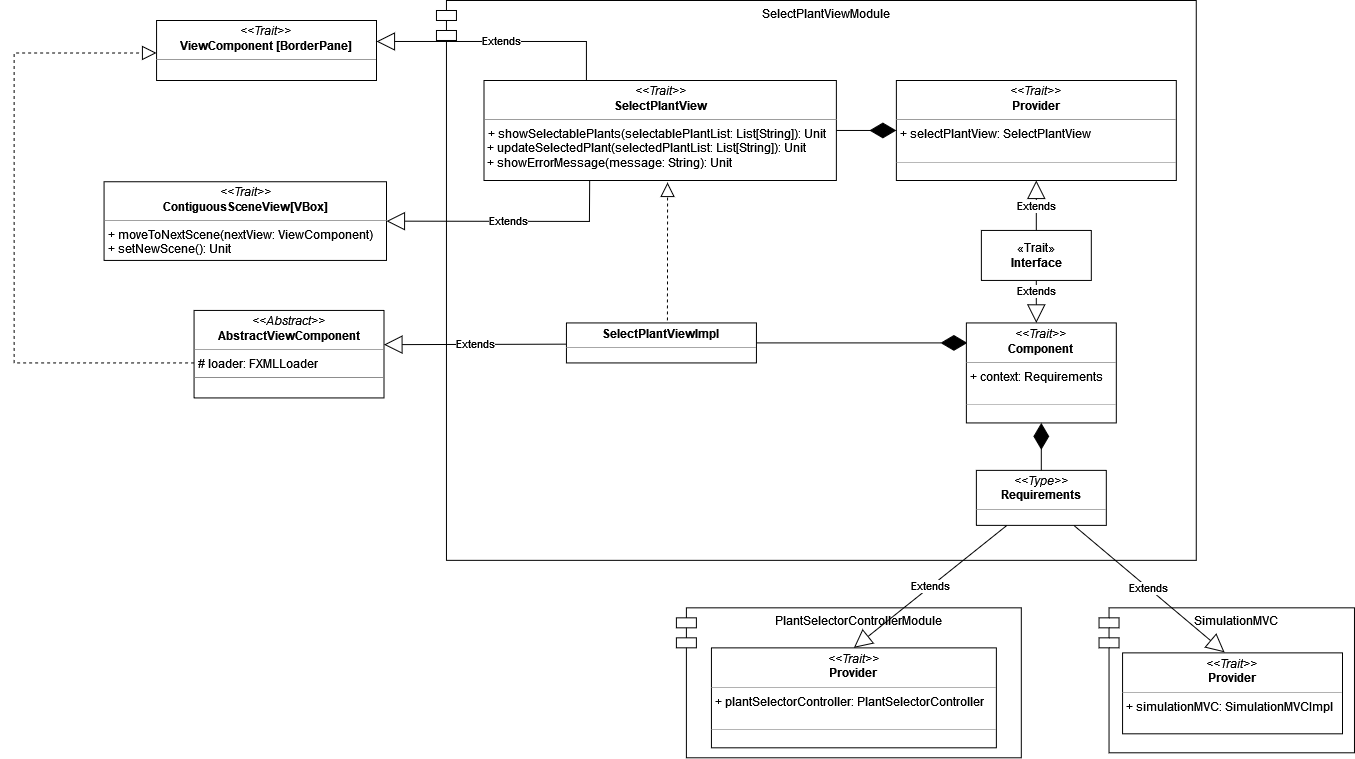
The draw.io diagram docs/img/select_plant_view.png in AnnaVitali/PPS-22-smartgh, before a commit. Source tidied: cells renumbered, new cells last; positions are measured from the earlier drawing's top-left corner, leaving out a move shared by most shapes.
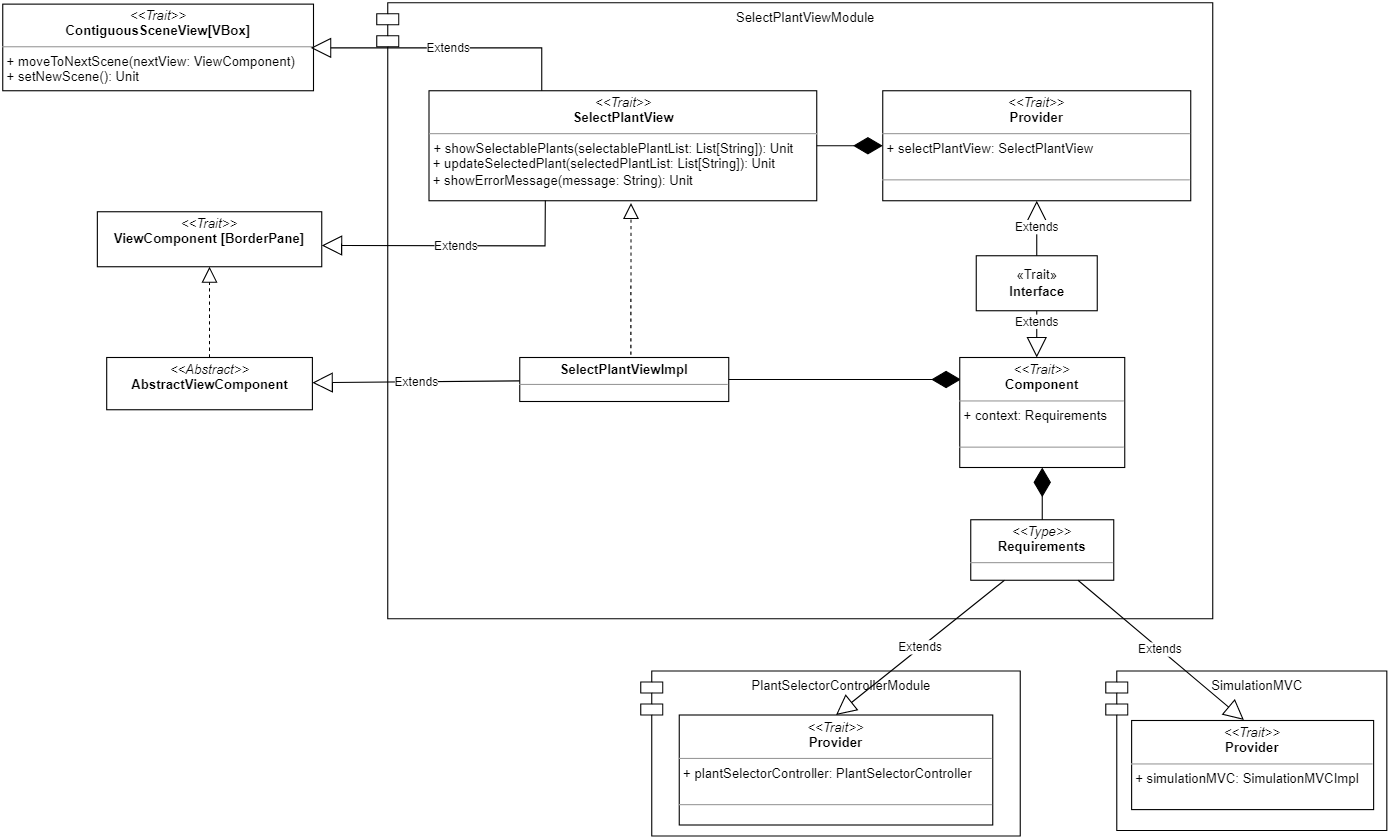
The same file after the commit.

Commit message:
docs: update view component and images

What changed in the source:
```diff
@@ -11,99 +11,91 @@
     <mxCell id="4" value="&lt;p style=&quot;margin:0px;margin-top:4px;text-align:center;&quot;&gt;&lt;i&gt;&amp;lt;&amp;lt;Trait&amp;gt;&amp;gt;&lt;/i&gt;&lt;br&gt;&lt;b&gt;SelectPlantView&lt;/b&gt;&lt;br&gt;&lt;/p&gt;&lt;hr size=&quot;1&quot;&gt;&lt;p style=&quot;margin:0px;margin-left:4px;&quot;&gt;+ showSelectablePlants(selectablePlantList: List[String]): Unit&lt;/p&gt;&lt;div&gt;&amp;nbsp;+ updateSelectedPlant(selectedPlantList: List[String]): Unit&lt;/div&gt;&lt;div&gt;&amp;nbsp;+ showErrorMessage(message: String): Unit&lt;br&gt;&lt;/div&gt;&lt;div&gt;&lt;br&gt;&lt;/div&gt;" style="verticalAlign=top;align=left;overflow=fill;fontSize=12;fontFamily=Helvetica;html=1;fillColor=default;" parent="1" vertex="1">
       <mxGeometry x="469.5" y="80" width="352.5" height="100" as="geometry" />
     </mxCell>
-    <mxCell id="5" value="&lt;p style=&quot;margin:0px;margin-top:4px;text-align:center;&quot;&gt;&lt;i&gt;&amp;lt;&amp;lt;Trait&amp;gt;&amp;gt;&lt;/i&gt;&lt;br&gt;&lt;b&gt;ViewComponent [BorderPane]&lt;/b&gt;&lt;br&gt;&lt;/p&gt;&lt;hr size=&quot;1&quot;&gt;" style="verticalAlign=top;align=left;overflow=fill;fontSize=12;fontFamily=Helvetica;html=1;fillColor=default;" parent="1" vertex="1">
-      <mxGeometry x="142" y="20" width="220" height="60" as="geometry" />
+    <mxCell id="5" value="&lt;p style=&quot;margin:0px;margin-top:4px;text-align:center;&quot;&gt;&lt;i&gt;&amp;lt;&amp;lt;Trait&amp;gt;&amp;gt;&lt;/i&gt;&lt;br&gt;&lt;b&gt;Provider&lt;/b&gt;&lt;br&gt;&lt;/p&gt;&lt;hr size=&quot;1&quot;&gt;&lt;p style=&quot;margin:0px;margin-left:4px;&quot;&gt;+ selectPlantView: SelectPlantView&lt;br&gt;&lt;br&gt;&lt;/p&gt;&lt;hr size=&quot;1&quot;&gt;" style="verticalAlign=top;align=left;overflow=fill;fontSize=12;fontFamily=Helvetica;html=1;fillColor=default;" parent="1" vertex="1">
+      <mxGeometry x="882" y="80" width="280" height="100" as="geometry" />
     </mxCell>
-    <mxCell id="6" value="&lt;p style=&quot;margin:0px;margin-top:4px;text-align:center;&quot;&gt;&lt;i&gt;&amp;lt;&amp;lt;Trait&amp;gt;&amp;gt;&lt;/i&gt;&lt;br&gt;&lt;b&gt;Provider&lt;/b&gt;&lt;br&gt;&lt;/p&gt;&lt;hr size=&quot;1&quot;&gt;&lt;p style=&quot;margin:0px;margin-left:4px;&quot;&gt;+ selectPlantView: SelectPlantView&lt;br&gt;&lt;br&gt;&lt;/p&gt;&lt;hr size=&quot;1&quot;&gt;" style="verticalAlign=top;align=left;overflow=fill;fontSize=12;fontFamily=Helvetica;html=1;fillColor=default;" parent="1" vertex="1">
-      <mxGeometry x="882" y="80" width="280" height="100" as="geometry" />
+    <mxCell id="6" value="«Trait»&lt;br&gt;&lt;b&gt;Interface&lt;/b&gt;" style="html=1;fillColor=default;" parent="1" vertex="1">
+      <mxGeometry x="967" y="230" width="110" height="50" as="geometry" />
     </mxCell>
-    <mxCell id="7" value="«Trait»&lt;br&gt;&lt;b&gt;Interface&lt;/b&gt;" style="html=1;fillColor=default;" parent="1" vertex="1">
-      <mxGeometry x="967" y="230" width="110" height="50" as="geometry" />
+    <mxCell id="7" value="Extends" style="endArrow=block;endSize=16;endFill=0;html=1;rounded=0;entryX=0.5;entryY=0;entryDx=0;entryDy=0;exitX=0.5;exitY=1;exitDx=0;exitDy=0;" parent="1" edge="1" source="6">
+      <mxGeometry x="-0.53" relative="1" as="geometry">
+        <mxPoint x="1022" y="322.5" as="targetPoint" />
+      </mxGeometry>
     </mxCell>
-    <mxCell id="8" value="Extends" style="endArrow=block;endSize=16;endFill=0;html=1;rounded=0;entryX=0.5;entryY=0;entryDx=0;entryDy=0;exitX=0.5;exitY=1;exitDx=0;exitDy=0;" parent="1" edge="1" source="7">
-      <mxGeometry x="-0.53" relative="1" as="geometry">
-        <mxPoint x="1022" y="322.5" as="targetPoint" />
-      </mxGeometry>
+    <mxCell id="8" value="&lt;div&gt;Extends&lt;/div&gt;" style="endArrow=block;endSize=16;endFill=0;html=1;rounded=0;entryX=0.5;entryY=1;entryDx=0;entryDy=0;exitX=0.5;exitY=0;exitDx=0;exitDy=0;" parent="1" edge="1" source="6" target="5">
+      <mxGeometry relative="1" as="geometry" />
     </mxCell>
-    <mxCell id="9" value="&lt;div&gt;Extends&lt;/div&gt;" style="endArrow=block;endSize=16;endFill=0;html=1;rounded=0;entryX=0.5;entryY=1;entryDx=0;entryDy=0;exitX=0.5;exitY=0;exitDx=0;exitDy=0;" parent="1" edge="1" source="7" target="6">
-      <mxGeometry relative="1" as="geometry" />
+    <mxCell id="9" value="&lt;p style=&quot;margin:0px;margin-top:4px;text-align:center;&quot;&gt;&lt;b&gt;SelectPlantViewImpl&lt;/b&gt;&lt;br&gt;&lt;/p&gt;&lt;hr size=&quot;1&quot;&gt;" style="verticalAlign=top;align=left;overflow=fill;fontSize=12;fontFamily=Helvetica;html=1;" parent="1" vertex="1">
+      <mxGeometry x="552" y="322.5" width="190" height="40" as="geometry" />
     </mxCell>
-    <mxCell id="10" value="&lt;p style=&quot;margin:0px;margin-top:4px;text-align:center;&quot;&gt;&lt;b&gt;SelectPlantViewImpl&lt;/b&gt;&lt;br&gt;&lt;/p&gt;&lt;hr size=&quot;1&quot;&gt;" style="verticalAlign=top;align=left;overflow=fill;fontSize=12;fontFamily=Helvetica;html=1;" parent="1" vertex="1">
-      <mxGeometry x="552" y="322.5" width="190" height="40" as="geometry" />
+    <mxCell id="10" style="endArrow=diamondThin;endFill=1;endSize=24;html=1;rounded=0;exitX=1;exitY=0.5;exitDx=0;exitDy=0;entryX=0;entryY=0.5;entryDx=0;entryDy=0;" parent="1" edge="1" source="4" target="5">
+      <mxGeometry relative="1" as="geometry" />
     </mxCell>
-    <mxCell id="11" style="endArrow=diamondThin;endFill=1;endSize=24;html=1;rounded=0;exitX=1;exitY=0.5;exitDx=0;exitDy=0;entryX=0;entryY=0.5;entryDx=0;entryDy=0;" parent="1" edge="1" source="4" target="6">
+    <mxCell id="11" style="endArrow=diamondThin;endFill=1;endSize=24;html=1;rounded=0;exitX=1;exitY=0.5;exitDx=0;exitDy=0;entryX=0.007;entryY=0.2;entryDx=0;entryDy=0;entryPerimeter=0;" parent="1" edge="1" source="9" target="13">
       <mxGeometry relative="1" as="geometry" />
     </mxCell>
-    <mxCell id="12" style="endArrow=diamondThin;endFill=1;endSize=24;html=1;rounded=0;exitX=1;exitY=0.5;exitDx=0;exitDy=0;entryX=0.007;entryY=0.2;entryDx=0;entryDy=0;entryPerimeter=0;" parent="1" edge="1" source="10" target="14">
-      <mxGeometry relative="1" as="geometry" />
+    <mxCell id="12" value="&lt;p style=&quot;margin:0px;margin-top:4px;text-align:center;&quot;&gt;&lt;i&gt;&amp;lt;&amp;lt;Type&amp;gt;&amp;gt;&lt;/i&gt;&lt;br&gt;&lt;b&gt;Requirements&lt;/b&gt;&lt;br&gt;&lt;/p&gt;&lt;hr size=&quot;1&quot;&gt;&lt;p style=&quot;margin:0px;margin-left:4px;&quot;&gt;&lt;br&gt;&lt;/p&gt;" style="verticalAlign=top;align=left;overflow=fill;fontSize=12;fontFamily=Helvetica;html=1;fillColor=default;" parent="1" vertex="1">
+      <mxGeometry x="962" y="470" width="130" height="55" as="geometry" />
     </mxCell>
-    <mxCell id="13" value="&lt;p style=&quot;margin:0px;margin-top:4px;text-align:center;&quot;&gt;&lt;i&gt;&amp;lt;&amp;lt;Type&amp;gt;&amp;gt;&lt;/i&gt;&lt;br&gt;&lt;b&gt;Requirements&lt;/b&gt;&lt;br&gt;&lt;/p&gt;&lt;hr size=&quot;1&quot;&gt;&lt;p style=&quot;margin:0px;margin-left:4px;&quot;&gt;&lt;br&gt;&lt;/p&gt;" style="verticalAlign=top;align=left;overflow=fill;fontSize=12;fontFamily=Helvetica;html=1;fillColor=default;" parent="1" vertex="1">
-      <mxGeometry x="962" y="470" width="130" height="55" as="geometry" />
+    <mxCell id="13" value="&lt;p style=&quot;margin:0px;margin-top:4px;text-align:center;&quot;&gt;&lt;i&gt;&amp;lt;&amp;lt;Trait&amp;gt;&amp;gt;&lt;/i&gt;&lt;br&gt;&lt;b&gt;Component&lt;/b&gt;&lt;br&gt;&lt;/p&gt;&lt;hr size=&quot;1&quot;&gt;&lt;p style=&quot;margin:0px;margin-left:4px;&quot;&gt;+ context: Requirements&lt;br&gt;&lt;br&gt;&lt;/p&gt;&lt;hr size=&quot;1&quot;&gt;" style="verticalAlign=top;align=left;overflow=fill;fontSize=12;fontFamily=Helvetica;html=1;fillColor=default;" parent="1" vertex="1">
+      <mxGeometry x="952" y="322.5" width="150" height="100" as="geometry" />
     </mxCell>
-    <mxCell id="14" value="&lt;p style=&quot;margin:0px;margin-top:4px;text-align:center;&quot;&gt;&lt;i&gt;&amp;lt;&amp;lt;Trait&amp;gt;&amp;gt;&lt;/i&gt;&lt;br&gt;&lt;b&gt;Component&lt;/b&gt;&lt;br&gt;&lt;/p&gt;&lt;hr size=&quot;1&quot;&gt;&lt;p style=&quot;margin:0px;margin-left:4px;&quot;&gt;+ context: Requirements&lt;br&gt;&lt;br&gt;&lt;/p&gt;&lt;hr size=&quot;1&quot;&gt;" style="verticalAlign=top;align=left;overflow=fill;fontSize=12;fontFamily=Helvetica;html=1;fillColor=default;" parent="1" vertex="1">
-      <mxGeometry x="952" y="322.5" width="150" height="100" as="geometry" />
+    <mxCell id="14" value="&lt;p style=&quot;margin:0px;margin-top:4px;text-align:center;&quot;&gt;&lt;i&gt;&amp;lt;&amp;lt;Trait&amp;gt;&amp;gt;&lt;/i&gt;&lt;br&gt;&lt;b&gt;Provider&lt;/b&gt;&lt;br&gt;&lt;/p&gt;&lt;hr size=&quot;1&quot;&gt;&lt;p style=&quot;margin:0px;margin-left:4px;&quot;&gt;+ plantSelectorController: PlantSelectorController&lt;br&gt;&lt;br&gt;&lt;/p&gt;&lt;hr size=&quot;1&quot;&gt;" style="verticalAlign=top;align=left;overflow=fill;fontSize=12;fontFamily=Helvetica;html=1;fillColor=default;" parent="1" vertex="1">
+      <mxGeometry x="697" y="647.5" width="285" height="100" as="geometry" />
     </mxCell>
-    <mxCell id="15" value="&lt;p style=&quot;margin:0px;margin-top:4px;text-align:center;&quot;&gt;&lt;i&gt;&amp;lt;&amp;lt;Trait&amp;gt;&amp;gt;&lt;/i&gt;&lt;br&gt;&lt;b&gt;Provider&lt;/b&gt;&lt;br&gt;&lt;/p&gt;&lt;hr size=&quot;1&quot;&gt;&lt;p style=&quot;margin:0px;margin-left:4px;&quot;&gt;+ plantSelectorController: PlantSelectorController&lt;br&gt;&lt;br&gt;&lt;/p&gt;&lt;hr size=&quot;1&quot;&gt;" style="verticalAlign=top;align=left;overflow=fill;fontSize=12;fontFamily=Helvetica;html=1;fillColor=default;" parent="1" vertex="1">
-      <mxGeometry x="697" y="647.5" width="285" height="100" as="geometry" />
+    <mxCell id="15" style="endArrow=diamondThin;endFill=1;endSize=24;html=1;rounded=0;exitX=0.5;exitY=0;exitDx=0;exitDy=0;" parent="1" edge="1" source="12" target="13">
+      <mxGeometry relative="1" as="geometry" />
     </mxCell>
-    <mxCell id="16" style="endArrow=diamondThin;endFill=1;endSize=24;html=1;rounded=0;exitX=0.5;exitY=0;exitDx=0;exitDy=0;" parent="1" edge="1" source="13" target="14">
+    <mxCell id="16" value="Extends" style="endArrow=block;endSize=16;endFill=0;html=1;rounded=0;entryX=0.5;entryY=0;entryDx=0;entryDy=0;" parent="1" edge="1" source="12" target="14">
       <mxGeometry relative="1" as="geometry" />
     </mxCell>
-    <mxCell id="17" value="Extends" style="endArrow=block;endSize=16;endFill=0;html=1;rounded=0;entryX=0.5;entryY=0;entryDx=0;entryDy=0;" parent="1" edge="1" source="13" target="15">
-      <mxGeometry relative="1" as="geometry" />
+    <mxCell id="17" value="&lt;p style=&quot;margin:0px;margin-top:4px;text-align:center;&quot;&gt;&lt;i&gt;&amp;lt;&amp;lt;Trait&amp;gt;&amp;gt;&lt;/i&gt;&lt;br&gt;&lt;b&gt;ContiguousSceneView[VBox]&lt;/b&gt;&lt;br&gt;&lt;/p&gt;&lt;hr size=&quot;1&quot;&gt;&lt;p style=&quot;margin:0px;margin-left:4px;&quot;&gt;+ moveToNextScene(nextView: ViewComponent)&lt;/p&gt;&lt;p style=&quot;margin:0px;margin-left:4px;&quot;&gt;+ setNewScene(): Unit&lt;br&gt;&lt;/p&gt;&lt;div&gt;&lt;br&gt;&lt;/div&gt;" style="verticalAlign=top;align=left;overflow=fill;fontSize=12;fontFamily=Helvetica;html=1;fillColor=default;" parent="1" vertex="1">
+      <mxGeometry x="82" y="1.2" width="282.5" height="78.8" as="geometry" />
     </mxCell>
-    <mxCell id="18" value="&lt;p style=&quot;margin:0px;margin-top:4px;text-align:center;&quot;&gt;&lt;i&gt;&amp;lt;&amp;lt;Trait&amp;gt;&amp;gt;&lt;/i&gt;&lt;br&gt;&lt;b&gt;ContiguousSceneView[VBox]&lt;/b&gt;&lt;br&gt;&lt;/p&gt;&lt;hr size=&quot;1&quot;&gt;&lt;p style=&quot;margin:0px;margin-left:4px;&quot;&gt;+ moveToNextScene(nextView: ViewComponent)&lt;/p&gt;&lt;p style=&quot;margin:0px;margin-left:4px;&quot;&gt;+ setNewScene(): Unit&lt;br&gt;&lt;/p&gt;&lt;div&gt;&lt;br&gt;&lt;/div&gt;" style="verticalAlign=top;align=left;overflow=fill;fontSize=12;fontFamily=Helvetica;html=1;fillColor=default;" parent="1" vertex="1">
-      <mxGeometry x="89.5" y="181.2" width="282.5" height="78.8" as="geometry" />
+    <mxCell id="18" style="endArrow=block;dashed=1;endFill=0;endSize=12;html=1;rounded=0;entryX=0.521;entryY=1.02;entryDx=0;entryDy=0;entryPerimeter=0;" parent="1" edge="1" target="4">
+      <mxGeometry relative="1" as="geometry">
+        <mxPoint x="653" y="320" as="sourcePoint" />
+      </mxGeometry>
     </mxCell>
-    <mxCell id="19" style="endArrow=block;dashed=1;endFill=0;endSize=12;html=1;rounded=0;entryX=0.521;entryY=1.02;entryDx=0;entryDy=0;entryPerimeter=0;" parent="1" edge="1" target="4">
+    <mxCell id="19" value="Extends" style="endArrow=block;endSize=16;endFill=0;html=1;rounded=0;exitX=0;exitY=0.5;exitDx=0;exitDy=0;" parent="1" edge="1" target="26">
       <mxGeometry relative="1" as="geometry">
-        <mxPoint x="653" y="320" as="sourcePoint" />
+        <mxPoint x="552" y="343.8" as="sourcePoint" />
       </mxGeometry>
     </mxCell>
-    <mxCell id="20" value="Extends" style="endArrow=block;endSize=16;endFill=0;html=1;rounded=0;exitX=0;exitY=0.5;exitDx=0;exitDy=0;" parent="1" edge="1">
+    <mxCell id="20" value="Extends" style="endArrow=block;endSize=16;endFill=0;html=1;rounded=0;exitX=0.3;exitY=0.997;exitDx=0;exitDy=0;exitPerimeter=0;" parent="1" edge="1" source="4">
       <mxGeometry relative="1" as="geometry">
-        <mxPoint x="552" y="343.8" as="sourcePoint" />
-        <mxPoint x="369.5" y="344.3" as="targetPoint" />
+        <mxPoint x="372" y="220.7" as="targetPoint" />
+        <Array as="points">
+          <mxPoint x="575" y="221" />
+        </Array>
       </mxGeometry>
     </mxCell>
-    <mxCell id="21" value="&lt;p style=&quot;margin:0px;margin-top:4px;text-align:center;&quot;&gt;&lt;i&gt;&amp;lt;&amp;lt;Abstract&amp;gt;&amp;gt;&lt;/i&gt;&lt;br&gt;&lt;b&gt;AbstractViewComponent&lt;/b&gt;&lt;br&gt;&lt;/p&gt;&lt;hr size=&quot;1&quot;&gt;&lt;p style=&quot;margin:0px;margin-left:4px;&quot;&gt;# loader: FXMLLoader&lt;br&gt;&lt;/p&gt;&lt;hr size=&quot;1&quot;&gt;&lt;p style=&quot;margin:0px;margin-left:4px;&quot;&gt;&lt;br&gt;&lt;/p&gt;" style="verticalAlign=top;align=left;overflow=fill;fontSize=12;fontFamily=Helvetica;html=1;" parent="1" vertex="1">
-      <mxGeometry x="179.5" y="310" width="190" height="87.5" as="geometry" />
+    <mxCell id="21" value="Extends" style="endArrow=block;endSize=16;endFill=0;html=1;rounded=0;" parent="1" edge="1">
+      <mxGeometry relative="1" as="geometry">
+        <mxPoint x="572" y="80" as="sourcePoint" />
+        <mxPoint x="362" y="41" as="targetPoint" />
+        <Array as="points">
+          <mxPoint x="572" y="41" />
+        </Array>
+      </mxGeometry>
     </mxCell>
-    <mxCell id="22" value="Extends" style="endArrow=block;endSize=16;endFill=0;html=1;rounded=0;exitX=0.3;exitY=0.997;exitDx=0;exitDy=0;exitPerimeter=0;" parent="1" edge="1" source="4">
-      <mxGeometry relative="1" as="geometry">
-        <mxPoint x="372" y="220.7" as="targetPoint" />
-        <Array as="points">
-          <mxPoint x="575" y="221" />
-        </Array>
-      </mxGeometry>
+    <mxCell id="22" value="SimulationMVC" style="shape=module;align=left;spacingLeft=20;align=center;verticalAlign=top;fillColor=none;" parent="1" vertex="1">
+      <mxGeometry x="1084.8" y="607.5" width="255.5" height="145" as="geometry" />
     </mxCell>
-    <mxCell id="23" value="Extends" style="endArrow=block;endSize=16;endFill=0;html=1;rounded=0;" parent="1" edge="1">
-      <mxGeometry relative="1" as="geometry">
-        <mxPoint x="572" y="80" as="sourcePoint" />
-        <mxPoint x="362" y="41" as="targetPoint" />
-        <Array as="points">
-          <mxPoint x="572" y="41" />
-        </Array>
-      </mxGeometry>
+    <mxCell id="23" value="&lt;p style=&quot;margin:0px;margin-top:4px;text-align:center;&quot;&gt;&lt;i&gt;&amp;lt;&amp;lt;Trait&amp;gt;&amp;gt;&lt;/i&gt;&lt;br&gt;&lt;b&gt;Provider&lt;/b&gt;&lt;br&gt;&lt;/p&gt;&lt;hr size=&quot;1&quot;&gt;&lt;p style=&quot;margin:0px;margin-left:4px;&quot;&gt;+ simulationMVC: SimulationMVCImpl&lt;br&gt;&lt;/p&gt;" style="verticalAlign=top;align=left;overflow=fill;fontSize=12;fontFamily=Helvetica;html=1;fillColor=default;" parent="1" vertex="1">
+      <mxGeometry x="1108.2" y="652.5" width="220" height="81" as="geometry" />
     </mxCell>
-    <mxCell id="24" value="SimulationMVC" style="shape=module;align=left;spacingLeft=20;align=center;verticalAlign=top;fillColor=none;" parent="1" vertex="1">
-      <mxGeometry x="1084.8" y="607.5" width="255.5" height="145" as="geometry" />
+    <mxCell id="24" value="Extends" style="endArrow=block;endSize=16;endFill=0;html=1;rounded=0;exitX=0.75;exitY=1;exitDx=0;exitDy=0;entryX=0.464;entryY=-0.006;entryDx=0;entryDy=0;entryPerimeter=0;" parent="1" edge="1" source="12" target="23">
+      <mxGeometry relative="1" as="geometry" />
     </mxCell>
-    <mxCell id="25" value="&lt;p style=&quot;margin:0px;margin-top:4px;text-align:center;&quot;&gt;&lt;i&gt;&amp;lt;&amp;lt;Trait&amp;gt;&amp;gt;&lt;/i&gt;&lt;br&gt;&lt;b&gt;Provider&lt;/b&gt;&lt;br&gt;&lt;/p&gt;&lt;hr size=&quot;1&quot;&gt;&lt;p style=&quot;margin:0px;margin-left:4px;&quot;&gt;+ simulationMVC: SimulationMVCImpl&lt;br&gt;&lt;/p&gt;" style="verticalAlign=top;align=left;overflow=fill;fontSize=12;fontFamily=Helvetica;html=1;fillColor=default;" parent="1" vertex="1">
-      <mxGeometry x="1108.2" y="652.5" width="220" height="81" as="geometry" />
+    <mxCell id="25" value="&lt;p style=&quot;margin:0px;margin-top:4px;text-align:center;&quot;&gt;&lt;i&gt;&amp;lt;&amp;lt;Trait&amp;gt;&amp;gt;&lt;/i&gt;&lt;br&gt;&lt;b&gt;ViewComponent [BorderPane]&lt;/b&gt;&lt;/p&gt;" style="verticalAlign=top;align=left;overflow=fill;fontSize=12;fontFamily=Helvetica;html=1;fillColor=default;" parent="1" vertex="1">
+      <mxGeometry x="168" y="190" width="204" height="50" as="geometry" />
     </mxCell>
-    <mxCell id="26" value="Extends" style="endArrow=block;endSize=16;endFill=0;html=1;rounded=0;exitX=0.75;exitY=1;exitDx=0;exitDy=0;entryX=0.464;entryY=-0.006;entryDx=0;entryDy=0;entryPerimeter=0;" parent="1" edge="1" source="13" target="25">
-      <mxGeometry relative="1" as="geometry" />
+    <mxCell id="26" value="&lt;p style=&quot;margin:0px;margin-top:4px;text-align:center;&quot;&gt;&lt;i&gt;&amp;lt;&amp;lt;Abstract&amp;gt;&amp;gt;&lt;/i&gt;&lt;br&gt;&lt;b&gt;AbstractViewComponent&lt;/b&gt;&lt;br&gt;&lt;/p&gt;&lt;p style=&quot;margin:0px;margin-left:4px;&quot;&gt;&lt;br&gt;&lt;/p&gt;" style="verticalAlign=top;align=left;overflow=fill;fontSize=12;fontFamily=Helvetica;html=1;" parent="1" vertex="1">
+      <mxGeometry x="176.5" y="322.5" width="187" height="47.5" as="geometry" />
     </mxCell>
-    <mxCell id="27" style="endArrow=block;dashed=1;endFill=0;endSize=12;html=1;rounded=0;exitX=0;exitY=0.586;exitDx=0;exitDy=0;exitPerimeter=0;entryX=0;entryY=0.5;entryDx=0;entryDy=0;" parent="1" edge="1">
-      <mxGeometry relative="1" as="geometry">
-        <mxPoint x="179.5" y="362.5" as="sourcePoint" />
-        <mxPoint x="142" y="52.5" as="targetPoint" />
-        <Array as="points">
-          <mxPoint x="-0.5" y="362.5" />
-          <mxPoint x="-0.5" y="52.5" />
-        </Array>
-      </mxGeometry>
+    <mxCell id="27" style="endArrow=block;dashed=1;endFill=0;endSize=12;html=1;rounded=0;" parent="1" edge="1" source="26" target="25">
+      <mxGeometry relative="1" as="geometry" />
     </mxCell>
   </root>
 </mxGraphModel>
```
